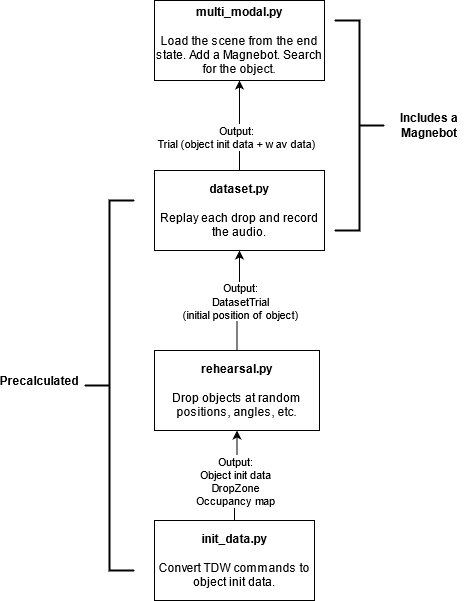
Above: doc/images/dataset.png in alters-mit/multimodal_challenge (draw.io), before the change. Source tidied: cells renumbered, new cells last; positions are measured from the earlier drawing's top-left corner, leaving out a move shared by most shapes.
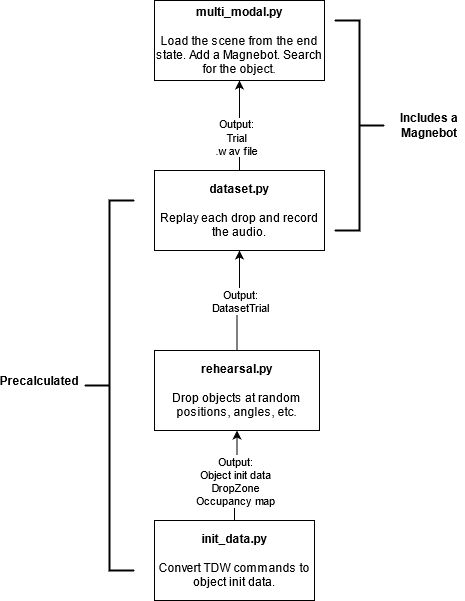
The same diagram one commit later.

Change to the diagram source:
```diff
@@ -5,7 +5,7 @@
     <mxCell id="2" style="edgeStyle=orthogonalEdgeStyle;rounded=0;jettySize=auto;html=1;" parent="1" edge="1" source="4" target="7">
       <mxGeometry relative="1" as="geometry" />
     </mxCell>
-    <mxCell id="3" value="&lt;div&gt;Output:&lt;/div&gt;&lt;div&gt;DatasetTrial&lt;br&gt;&lt;/div&gt;&lt;div&gt;(initial position of object)&lt;br&gt;&lt;/div&gt;" style="edgeLabel;html=1;align=center;verticalAlign=middle;" parent="2" vertex="1">
+    <mxCell id="3" value="&lt;div&gt;Output:&lt;/div&gt;&lt;div&gt;DatasetTrial&lt;br&gt;&lt;/div&gt;" style="edgeLabel;html=1;align=center;verticalAlign=middle;" parent="2" vertex="1">
       <mxGeometry x="0.3" relative="1" as="geometry">
         <mxPoint y="15" as="offset" />
       </mxGeometry>
@@ -16,7 +16,7 @@
     <mxCell id="5" style="edgeStyle=orthogonalEdgeStyle;rounded=0;jettySize=auto;html=1;" parent="1" edge="1" source="7" target="8">
       <mxGeometry relative="1" as="geometry" />
     </mxCell>
-    <mxCell id="6" value="&lt;div&gt;Output: &lt;br&gt;&lt;/div&gt;&lt;div&gt;Trial (object init data + wav data)&lt;br&gt;&lt;/div&gt;" style="edgeLabel;html=1;align=center;verticalAlign=middle;" parent="5" vertex="1">
+    <mxCell id="6" value="&lt;div&gt;Output: &lt;br&gt;&lt;/div&gt;&lt;div&gt;Trial&lt;br&gt;&lt;/div&gt;&lt;div&gt;.wav file&lt;br&gt;&lt;/div&gt;" style="edgeLabel;html=1;align=center;verticalAlign=middle;" parent="5" vertex="1">
       <mxGeometry x="-0.24" y="4" relative="1" as="geometry" />
     </mxCell>
     <mxCell id="7" value="&lt;div&gt;&lt;b&gt;dataset.py&lt;/b&gt;&lt;/div&gt;&lt;div&gt;&lt;b&gt;&lt;br&gt;&lt;/b&gt;&lt;/div&gt;&lt;div&gt;Replay each drop and record the audio.&lt;br&gt;&lt;/div&gt;" style="whiteSpace=wrap;html=1;rounded=0;" parent="1" vertex="1">
```
